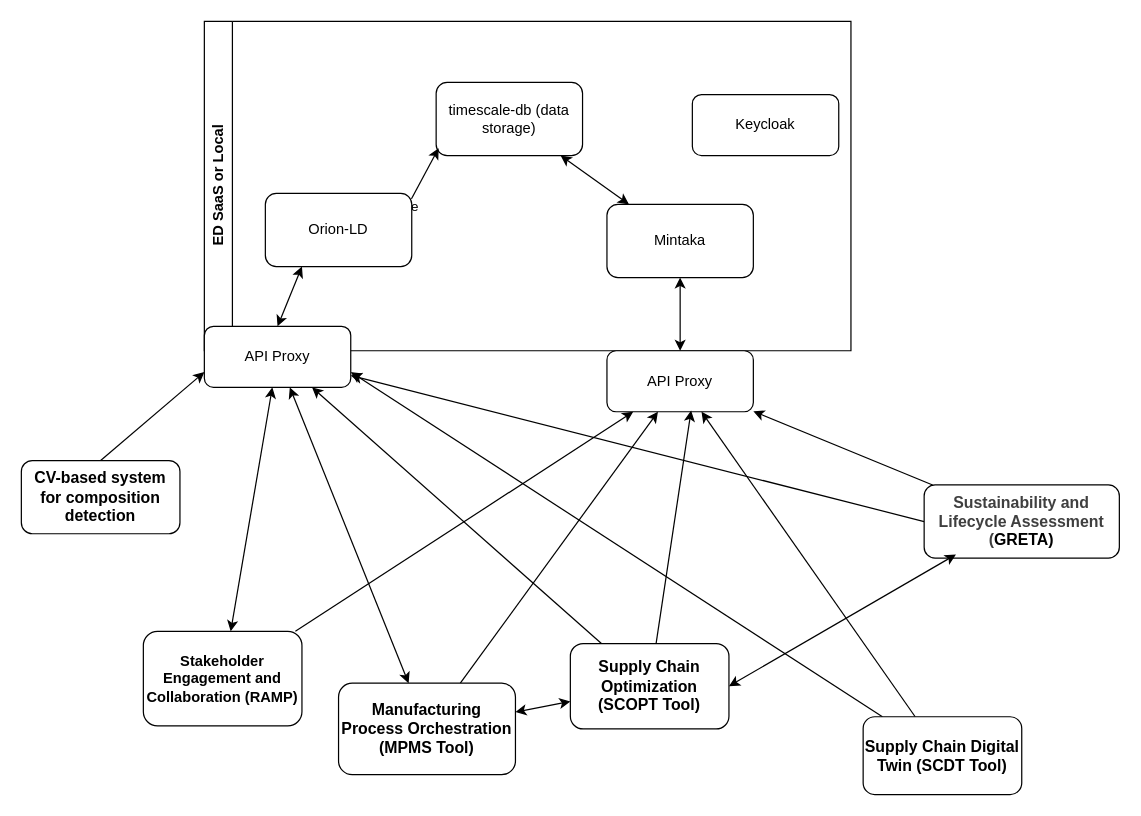
This is page "Page-1" (1 of 2) of CIRCULOOS_integration.drawio from european-dynamics-rnd/Circuloos-integration, a draw.io file, before an edit. Source tidied: cells renumbered, new cells numbered last; positions are measured from the earlier drawing's top-left corner, leaving out a move shared by most shapes. Both pictures are drawn from the tidied source at 122%, with x=0, y=0 at pixel (21, 21).
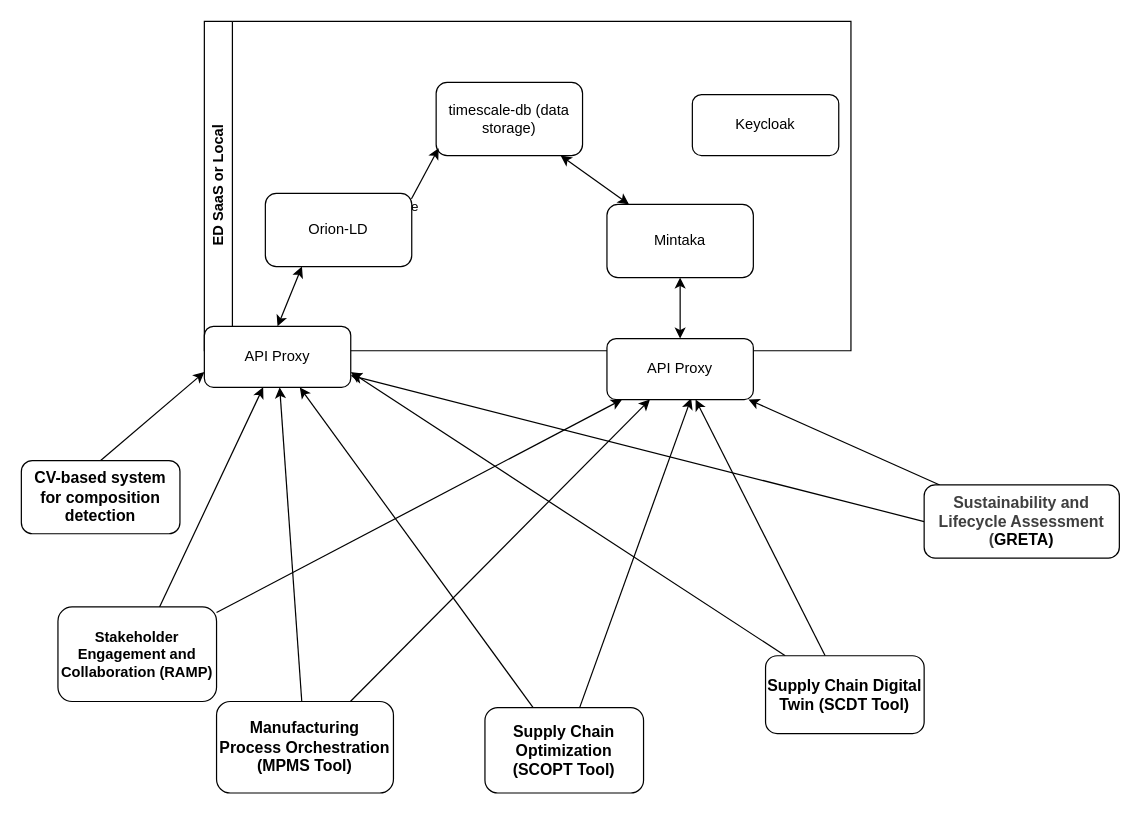
Above is the later version.

The change refers to these unchanged cells:
```xml
<mxCell id="2" value="ED SaaS or Local" style="swimlane;horizontal=0;whiteSpace=wrap;html=1;" parent="1" vertex="1">
  <mxGeometry x="150" width="530" height="270" as="geometry" />
</mxCell>
<mxCell id="4" value="Mintaka" style="rounded=1;whiteSpace=wrap;html=1;" parent="2" vertex="1">
  <mxGeometry x="330" y="150" width="120" height="60" as="geometry" />
</mxCell>
<mxCell id="27" value="&lt;h2 class=&quot;qrShPb pXs6bb PZPZlf q8U8x aTI8gc&quot; style=&quot;font-size: 13px;&quot;&gt;&lt;span style=&quot;color: rgb(63, 63, 63); background-color: transparent;&quot;&gt;Sustainability and Lifecycle Assessment (&lt;/span&gt;GRETA)&lt;/h2&gt;" style="rounded=1;whiteSpace=wrap;html=1;fontStyle=0;fontSize=13;" parent="1" vertex="1">
  <mxGeometry x="740" y="380" width="160" height="60" as="geometry" />
</mxCell>
<mxCell id="29" value="API Proxy" style="rounded=1;whiteSpace=wrap;html=1;" parent="1" vertex="1">
  <mxGeometry x="150" y="250" width="120" height="50" as="geometry" />
</mxCell>
```

What changed in the source:
```diff
@@
-    <mxCell id="9" value="&lt;span style=&quot;color: rgb(0, 0, 0);&quot;&gt;API Proxy&lt;/span&gt;" style="rounded=1;whiteSpace=wrap;html=1;" parent="2" vertex="1">
-      <mxGeometry x="330" y="270" width="120" height="50" as="geometry" />
-    </mxCell>
-    <mxCell id="10" style="edgeStyle=none;html=1;entryX=0.5;entryY=1;entryDx=0;entryDy=0;startArrow=classic;startFill=1;" parent="2" edge="1" source="9" target="4">
-      <mxGeometry relative="1" as="geometry" />
-    </mxCell>
@@
     <mxCell id="13" value="&lt;h2 class=&quot;qrShPb pXs6bb PZPZlf q8U8x aTI8gc&quot; style=&quot;font-size: 13px;&quot;&gt;Supply Chain Digital Twin (SCDT Tool)&lt;/h2&gt;" style="rounded=1;whiteSpace=wrap;html=1;fontStyle=0;fontSize=13;" parent="1" vertex="1">
-      <mxGeometry x="690" y="570" width="130" height="63.8" as="geometry" />
+      <mxGeometry x="610" y="520" width="130" height="63.8" as="geometry" />
     </mxCell>
@@
-    <mxCell id="15" style="edgeStyle=none;html=1;startArrow=classic;startFill=1;" parent="1" edge="1" source="16" target="22">
-      <mxGeometry relative="1" as="geometry" />
-    </mxCell>
     <mxCell id="16" value="&lt;h2 class=&quot;qrShPb pXs6bb PZPZlf q8U8x aTI8gc&quot; style=&quot;font-size: 13px;&quot;&gt;Supply Chain Optimization (SCOPT Tool)&lt;/h2&gt;" style="rounded=1;whiteSpace=wrap;html=1;fontStyle=0;fontSize=13;" parent="1" vertex="1">
-      <mxGeometry x="450" y="510" width="130" height="70" as="geometry" />
+      <mxGeometry x="380" y="562.5" width="130" height="70" as="geometry" />
     </mxCell>
-    <mxCell id="17" style="edgeStyle=none;html=1;startArrow=classic;startFill=1;endArrow=classic;endFill=1;" parent="1" edge="1" source="19" target="29">
+    <mxCell id="17" style="edgeStyle=none;html=1;startArrow=none;startFill=0;endArrow=classic;endFill=1;" parent="1" edge="1" source="19" target="29">
       <mxGeometry relative="1" as="geometry" />
     </mxCell>
@@
     <mxCell id="19" value="&lt;h2 class=&quot;qrShPb pXs6bb PZPZlf q8U8x aTI8gc&quot; style=&quot;font-size: 12px;&quot;&gt;&lt;span style=&quot;font-size: 12px;&quot;&gt;&lt;font style=&quot;font-size: 12px;&quot;&gt;Stakeholder Engagement and Collaboration (RAMP)&lt;/font&gt;&lt;/span&gt;&lt;/h2&gt;" style="rounded=1;whiteSpace=wrap;html=1;fontSize=12;fontStyle=1;" parent="1" vertex="1">
-      <mxGeometry x="100" y="500" width="130" height="77.5" as="geometry" />
+      <mxGeometry x="30" y="480" width="130" height="77.5" as="geometry" />
     </mxCell>
@@
-    <mxCell id="21" style="edgeStyle=none;html=1;startArrow=classic;startFill=1;" parent="1" edge="1" source="22" target="29">
+    <mxCell id="21" style="edgeStyle=none;html=1;startArrow=none;startFill=0;" parent="1" edge="1" source="22" target="29">
       <mxGeometry relative="1" as="geometry" />
     </mxCell>
     <mxCell id="22" value="&lt;h2 style=&quot;font-size: 13px;&quot; class=&quot;qrShPb pXs6bb PZPZlf q8U8x aTI8gc&quot;&gt;Manufacturing Process Orchestration (MPMS Tool)&lt;/h2&gt;" style="rounded=1;whiteSpace=wrap;html=1;fontSize=13;fontStyle=0;" parent="1" vertex="1">
-      <mxGeometry x="260" y="542.5" width="145" height="75" as="geometry" />
+      <mxGeometry x="160" y="557.5" width="145" height="75" as="geometry" />
     </mxCell>
@@
-    <mxCell id="31" style="edgeStyle=none;html=1;exitX=1;exitY=0.5;exitDx=0;exitDy=0;entryX=0.163;entryY=0.95;entryDx=0;entryDy=0;entryPerimeter=0;startArrow=classic;startFill=1;" parent="1" edge="1" source="16" target="27">
-      <mxGeometry relative="1" as="geometry" />
-    </mxCell>
+    <mxCell id="9" value="&lt;span style=&quot;color: rgb(0, 0, 0);&quot;&gt;API Proxy&lt;/span&gt;" style="rounded=1;whiteSpace=wrap;html=1;" parent="1" vertex="1">
+      <mxGeometry x="480" y="260" width="120" height="50" as="geometry" />
+    </mxCell>
+    <mxCell id="10" style="edgeStyle=none;html=1;entryX=0.5;entryY=1;entryDx=0;entryDy=0;startArrow=classic;startFill=1;" parent="1" edge="1" source="9" target="4">
+      <mxGeometry relative="1" as="geometry" />
+    </mxCell>
```
